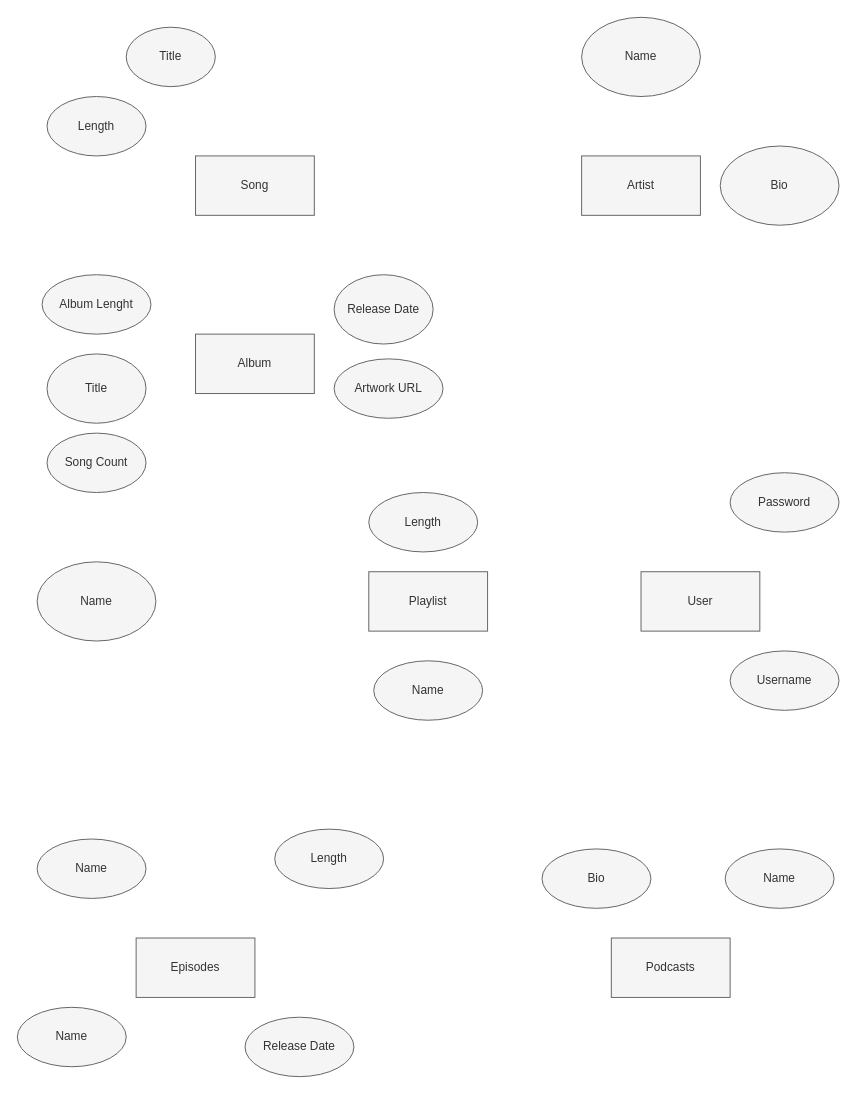
gmnoe/music_app keeps this draw.io diagram as diagrams_notes/ER_diagram.drawio. Above is the earlier version. Source tidied: cells renumbered, new cells numbered last; positions are measured from the earlier drawing's top-left corner, leaving out a move shared by most shapes. Both pictures are drawn from the tidied source at 99%, with x=0, y=0 at pixel (17, 17).
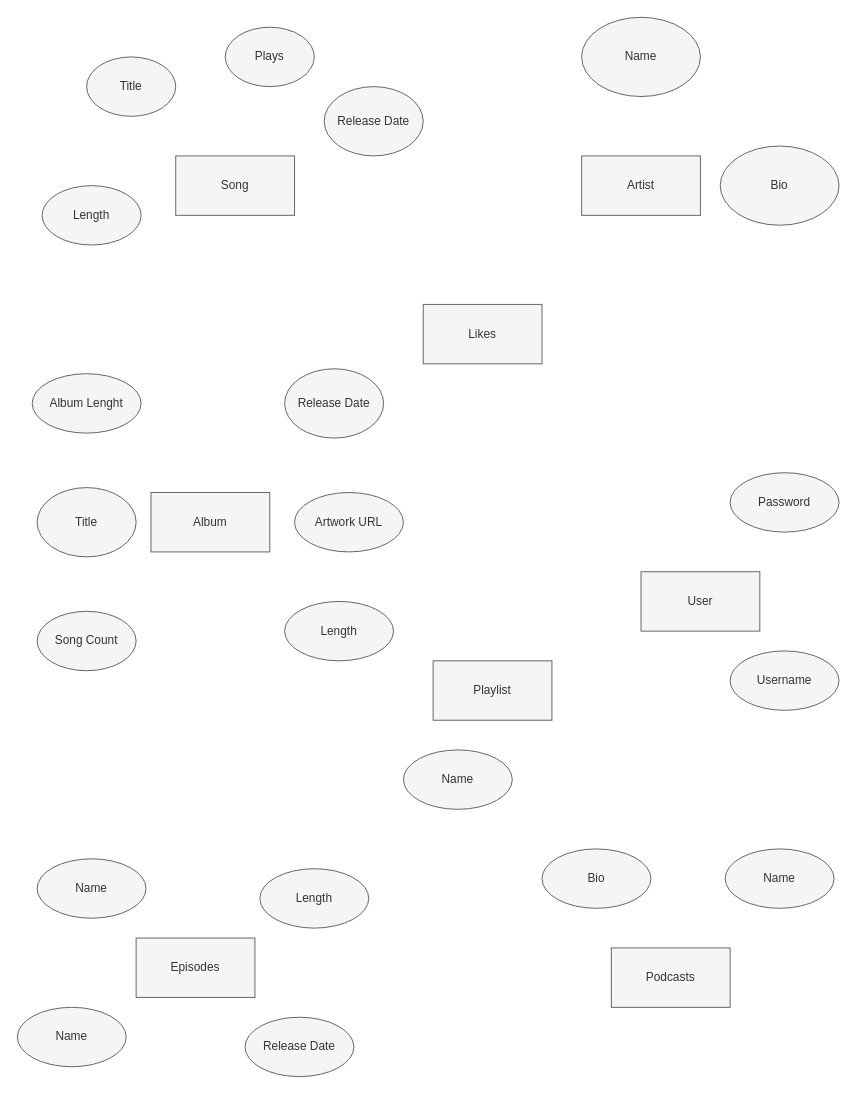
After the change.

What changed in the source:
```diff
@@
-    <mxCell id="2" value="Song" style="rounded=0;whiteSpace=wrap;html=1;fillColor=#f5f5f5;fontColor=#333333;strokeColor=#666666;" parent="1" vertex="1">
-      <mxGeometry x="180" y="140" width="120" height="60" as="geometry" />
-    </mxCell>
     <mxCell id="3" value="Playlist" style="rounded=0;whiteSpace=wrap;html=1;fillColor=#f5f5f5;fontColor=#333333;strokeColor=#666666;" parent="1" vertex="1">
-      <mxGeometry x="355" y="560" width="120" height="60" as="geometry" />
+      <mxGeometry x="420" y="650" width="120" height="60" as="geometry" />
     </mxCell>
@@
     <mxCell id="5" value="Album" style="rounded=0;whiteSpace=wrap;html=1;fillColor=#f5f5f5;fontColor=#333333;strokeColor=#666666;" parent="1" vertex="1">
-      <mxGeometry x="180" y="320" width="120" height="60" as="geometry" />
+      <mxGeometry x="135" y="480" width="120" height="60" as="geometry" />
     </mxCell>
@@
     <mxCell id="8" value="Podcasts" style="rounded=0;whiteSpace=wrap;html=1;fillColor=#f5f5f5;fontColor=#333333;strokeColor=#666666;" parent="1" vertex="1">
-      <mxGeometry x="600" y="930" width="120" height="60" as="geometry" />
+      <mxGeometry x="600" y="940" width="120" height="60" as="geometry" />
     </mxCell>
     <mxCell id="9" value="Title" style="ellipse;whiteSpace=wrap;html=1;fillColor=#f5f5f5;fontColor=#333333;strokeColor=#666666;rounded=0;" parent="1" vertex="1">
-      <mxGeometry x="110" y="10" width="90" height="60" as="geometry" />
+      <mxGeometry x="70" y="40" width="90" height="60" as="geometry" />
     </mxCell>
     <mxCell id="10" value="Length" style="ellipse;whiteSpace=wrap;html=1;fillColor=#f5f5f5;fontColor=#333333;strokeColor=#666666;rounded=0;" parent="1" vertex="1">
-      <mxGeometry x="30" y="80" width="100" height="60" as="geometry" />
+      <mxGeometry x="25" y="170" width="100" height="60" as="geometry" />
     </mxCell>
     <mxCell id="11" value="Release Date" style="ellipse;whiteSpace=wrap;html=1;fillColor=#f5f5f5;fontColor=#333333;strokeColor=#666666;rounded=0;" parent="1" vertex="1">
-      <mxGeometry x="320" y="260" width="100" height="70" as="geometry" />
+      <mxGeometry x="270" y="355" width="100" height="70" as="geometry" />
     </mxCell>
     <mxCell id="12" value="Title" style="ellipse;whiteSpace=wrap;html=1;fillColor=#f5f5f5;fontColor=#333333;strokeColor=#666666;rounded=0;" parent="1" vertex="1">
-      <mxGeometry x="30" y="340" width="100" height="70" as="geometry" />
+      <mxGeometry x="20" y="475" width="100" height="70" as="geometry" />
     </mxCell>
@@
-    <mxCell id="15" value="Name" style="ellipse;whiteSpace=wrap;html=1;fillColor=#f5f5f5;fontColor=#333333;strokeColor=#666666;rounded=0;" parent="1" vertex="1">
-      <mxGeometry x="20" y="550" width="120" height="80" as="geometry" />
-    </mxCell>
     <mxCell id="16" value="Album Lenght" style="ellipse;whiteSpace=wrap;html=1;fillColor=#f5f5f5;fontColor=#333333;strokeColor=#666666;rounded=0;" parent="1" vertex="1">
-      <mxGeometry x="25" y="260" width="110" height="60" as="geometry" />
+      <mxGeometry x="15" y="360" width="110" height="60" as="geometry" />
     </mxCell>
     <mxCell id="17" value="Song Count" style="ellipse;whiteSpace=wrap;html=1;fillColor=#f5f5f5;fontColor=#333333;strokeColor=#666666;rounded=0;" parent="1" vertex="1">
-      <mxGeometry x="30" y="420" width="100" height="60" as="geometry" />
+      <mxGeometry x="20" y="600" width="100" height="60" as="geometry" />
     </mxCell>
     <mxCell id="18" value="Artwork URL" style="ellipse;whiteSpace=wrap;html=1;fillColor=#f5f5f5;fontColor=#333333;strokeColor=#666666;rounded=0;" parent="1" vertex="1">
-      <mxGeometry x="320" y="345" width="110" height="60" as="geometry" />
+      <mxGeometry x="280" y="480" width="110" height="60" as="geometry" />
     </mxCell>
     <mxCell id="19" value="Length" style="ellipse;whiteSpace=wrap;html=1;fillColor=#f5f5f5;fontColor=#333333;strokeColor=#666666;rounded=0;" parent="1" vertex="1">
-      <mxGeometry x="355" y="480" width="110" height="60" as="geometry" />
+      <mxGeometry x="270" y="590" width="110" height="60" as="geometry" />
     </mxCell>
     <mxCell id="20" value="Name" style="ellipse;whiteSpace=wrap;html=1;fillColor=#f5f5f5;fontColor=#333333;strokeColor=#666666;rounded=0;" parent="1" vertex="1">
-      <mxGeometry x="360" y="650" width="110" height="60" as="geometry" />
+      <mxGeometry x="390" y="740" width="110" height="60" as="geometry" />
     </mxCell>
@@
     <mxCell id="27" value="Length" style="ellipse;whiteSpace=wrap;html=1;fillColor=#f5f5f5;fontColor=#333333;strokeColor=#666666;rounded=0;" parent="1" vertex="1">
-      <mxGeometry x="260" y="820" width="110" height="60" as="geometry" />
+      <mxGeometry x="245" y="860" width="110" height="60" as="geometry" />
     </mxCell>
     <mxCell id="28" value="Name" style="ellipse;whiteSpace=wrap;html=1;fillColor=#f5f5f5;fontColor=#333333;strokeColor=#666666;rounded=0;" parent="1" vertex="1">
-      <mxGeometry x="20" y="830" width="110" height="60" as="geometry" />
+      <mxGeometry x="20" y="850" width="110" height="60" as="geometry" />
     </mxCell>
+    <mxCell id="29" value="Plays" style="ellipse;whiteSpace=wrap;html=1;fillColor=#f5f5f5;fontColor=#333333;strokeColor=#666666;rounded=0;" parent="1" vertex="1">
+      <mxGeometry x="210" y="10" width="90" height="60" as="geometry" />
+    </mxCell>
+    <mxCell id="30" value="Likes" style="rounded=0;whiteSpace=wrap;html=1;fillColor=#f5f5f5;fontColor=#333333;strokeColor=#666666;" parent="1" vertex="1">
+      <mxGeometry x="410" y="290" width="120" height="60" as="geometry" />
+    </mxCell>
+    <mxCell id="2" value="Song" style="rounded=0;whiteSpace=wrap;html=1;fillColor=#f5f5f5;fontColor=#333333;strokeColor=#666666;" parent="1" vertex="1">
+      <mxGeometry x="160" y="140" width="120" height="60" as="geometry" />
+    </mxCell>
+    <mxCell id="31" value="Release Date" style="ellipse;whiteSpace=wrap;html=1;fillColor=#f5f5f5;fontColor=#333333;strokeColor=#666666;rounded=0;" parent="1" vertex="1">
+      <mxGeometry x="310" y="70" width="100" height="70" as="geometry" />
+    </mxCell>
```
